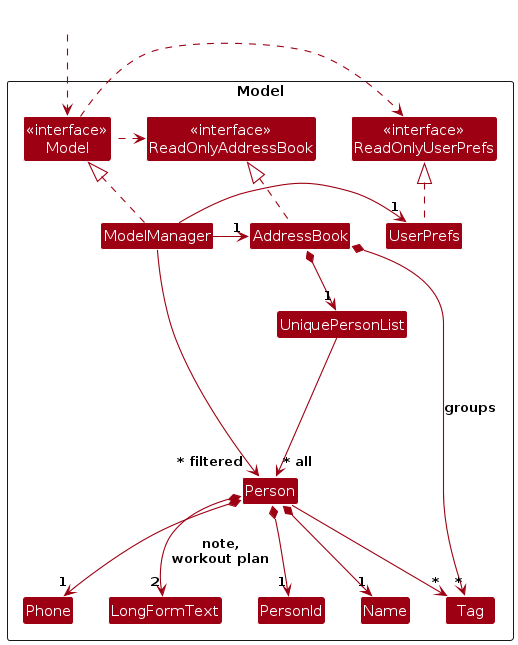
Above: diagrams/ModelClassDiagram.png in AY2627S1-CS2103T-T15-1/tp (PlantUML), before the change. Its source is kept beside it as diagrams/ModelClassDiagram.puml.
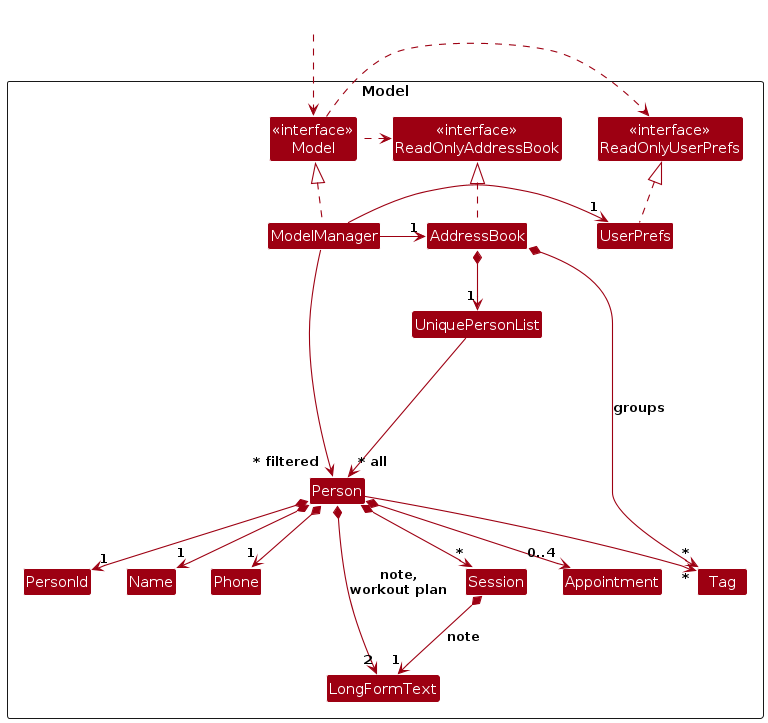
After the change.

Change to the diagram source:
```diff
@@ -19,6 +19,8 @@
 Class Phone
 Class LongFormText
 Class Tag
+Class Appointment
+Class Session
 
 Class I #FFFFFF
 }
@@ -43,13 +45,18 @@
 Person *--> "1" Phone
 Person *--> "2" LongFormText : note,\nworkout plan
 Person --> "*" Tag
+Person *--> "0..4" Appointment
+Person *--> "*" Session
+Session *--> "1" LongFormText : note
 
 Person -[hidden]up--> I
 UniquePersonList -[hidden]right-> I
 
+Session -[hidden]right-> Appointment
+Appointment -[hidden]right-> PersonId
 PersonId -[hidden]right-> Name
 Name -[hidden]right-> Phone
-Phone -[hidden]right-> LongFormText
+Phone -[hidden]right-> Tag
 
 ModelManager --> "~* filtered" Person
 @enduml
```
